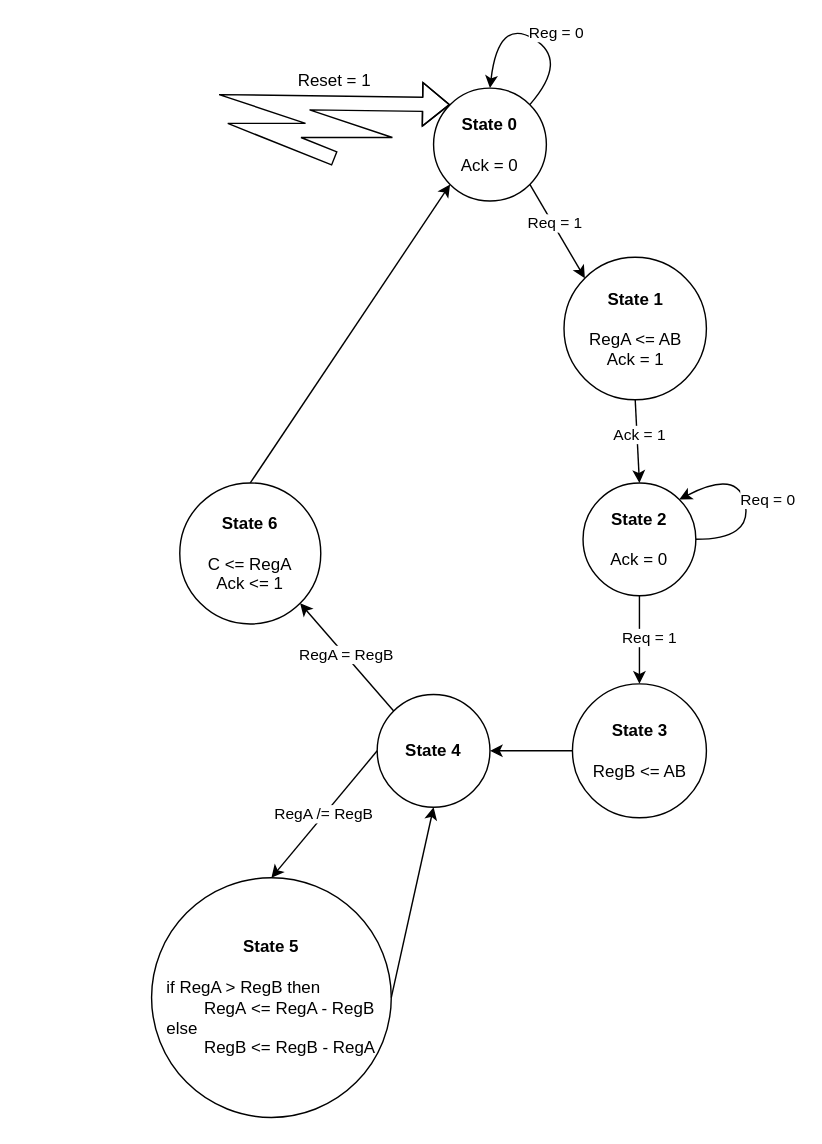
Above: FSM diagram.drawio in MotherFrogher/02203_Design_Of_Digital_Systems (draw.io), before the change. Source tidied: cells renumbered, new cells numbered last; positions are measured from the earlier drawing's top-left corner, leaving out a move shared by most shapes. Both pictures are drawn from the tidied source at 141%, with x=0, y=0 at pixel (151, 17).
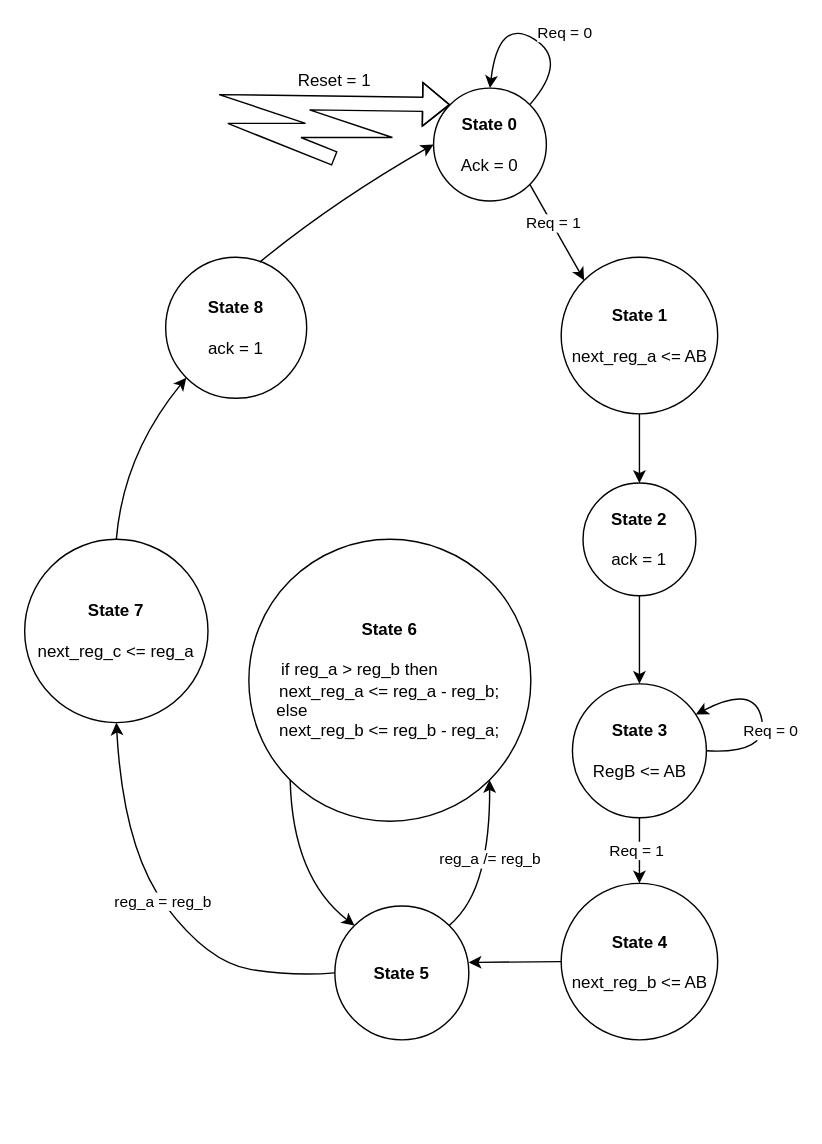
After the change.

Commit message (it also covers changes not shown here):
State Diagram Update

The change refers to these unchanged cells:
```xml
<mxCell id="2" value="&lt;b&gt;State 0&lt;/b&gt;&lt;div&gt;&lt;b&gt;&lt;br&gt;&lt;/b&gt;&lt;/div&gt;&lt;div&gt;Ack = 0&lt;/div&gt;" style="ellipse;whiteSpace=wrap;html=1;" parent="1" vertex="1">
  <mxGeometry x="200" y="50" width="80" height="80" as="geometry" />
</mxCell>
<mxCell id="3" style="curved=1;endArrow=classic;html=1;rounded=0;exitX=1;exitY=0;exitDx=0;exitDy=0;entryX=0.5;entryY=0;entryDx=0;entryDy=0;" parent="1" edge="1" source="2" target="2">
  <mxGeometry relative="1" as="geometry">
    <Array as="points">
      <mxPoint x="296" y="30" />
      <mxPoint x="246" />
    </Array>
  </mxGeometry>
</mxCell>
<mxCell id="9" style="endArrow=classic;html=1;rounded=0;exitX=0.5;exitY=1;exitDx=0;exitDy=0;entryX=0.5;entryY=0;entryDx=0;entryDy=0;" parent="1" edge="1" source="5" target="8">
  <mxGeometry relative="1" as="geometry" />
</mxCell>
<mxCell id="13" value="&lt;b&gt;State 3&lt;/b&gt;&lt;div&gt;&lt;br&gt;&lt;/div&gt;&lt;div&gt;RegB &amp;lt;= AB&lt;/div&gt;" style="ellipse;whiteSpace=wrap;html=1;" parent="1" vertex="1">
  <mxGeometry x="298.5" y="472.5" width="95" height="95" as="geometry" />
</mxCell>
<mxCell id="14" style="endArrow=classic;html=1;rounded=0;exitX=0.5;exitY=1;exitDx=0;exitDy=0;entryX=0.5;entryY=0;entryDx=0;entryDy=0;" parent="1" edge="1" source="8" target="13">
  <mxGeometry relative="1" as="geometry" />
</mxCell>
```

Diff of the diagram source:
```diff
@@
-    <mxCell id="4" value="Reg = 0" style="edgeLabel;html=1;align=center;verticalAlign=middle;" parent="3" vertex="1">
+    <mxCell id="4" value="Req = 0" style="edgeLabel;html=1;align=center;verticalAlign=middle;" parent="3" vertex="1">
       <mxGeometry x="-0.1" y="3" relative="1" as="geometry">
-        <mxPoint x="14" y="-9" as="offset" />
+        <mxPoint x="20" y="-9" as="offset" />
       </mxGeometry>
     </mxCell>
-    <mxCell id="5" value="&lt;b&gt;State 1&lt;/b&gt;&lt;div&gt;&lt;br&gt;&lt;/div&gt;&lt;div&gt;RegA &amp;lt;= AB&lt;/div&gt;&lt;div&gt;Ack = 1&lt;/div&gt;" style="ellipse;whiteSpace=wrap;html=1;" parent="1" vertex="1">
-      <mxGeometry x="292.5" y="170" width="101" height="101" as="geometry" />
+    <mxCell id="5" value="&lt;b&gt;State 1&lt;/b&gt;&lt;div&gt;&lt;br&gt;&lt;/div&gt;&lt;div&gt;next_reg_a &amp;lt;= AB&lt;/div&gt;" style="ellipse;whiteSpace=wrap;html=1;" parent="1" vertex="1">
+      <mxGeometry x="290.5" y="170" width="111" height="111" as="geometry" />
     </mxCell>
@@
-    <mxCell id="8" value="&lt;b&gt;State 2&lt;/b&gt;&lt;div&gt;&lt;br&gt;&lt;div&gt;Ack = 0&lt;/div&gt;&lt;/div&gt;" style="ellipse;whiteSpace=wrap;html=1;" parent="1" vertex="1">
+    <mxCell id="8" value="&lt;b&gt;State 2&lt;/b&gt;&lt;div&gt;&lt;br&gt;&lt;div&gt;ack = 1&lt;/div&gt;&lt;/div&gt;" style="ellipse;whiteSpace=wrap;html=1;" parent="1" vertex="1">
       <mxGeometry x="306" y="330" width="80" height="80" as="geometry" />
     </mxCell>
@@
-    <mxCell id="10" value="Ack = 1" style="edgeLabel;html=1;align=center;verticalAlign=middle;" parent="9" vertex="1">
-      <mxGeometry x="-0.15" y="1" relative="1" as="geometry" />
-    </mxCell>
-    <mxCell id="11" style="curved=1;endArrow=classic;html=1;rounded=0;entryX=1;entryY=0;entryDx=0;entryDy=0;exitX=1;exitY=0.5;exitDx=0;exitDy=0;" parent="1" edge="1" source="8" target="8">
+    <mxCell id="11" style="curved=1;endArrow=classic;html=1;rounded=0;entryX=1;entryY=0;entryDx=0;entryDy=0;exitX=1;exitY=0.5;exitDx=0;exitDy=0;" parent="1" edge="1" source="13">
       <mxGeometry relative="1" as="geometry">
+        <mxPoint x="386" y="494.2" as="targetPoint" />
         <Array as="points">
-          <mxPoint x="426" y="370" />
-          <mxPoint x="416" y="320" />
+          <mxPoint x="437.7" y="522.5" />
+          <mxPoint x="427.7" y="472.5" />
         </Array>
       </mxGeometry>
     </mxCell>
     <mxCell id="12" value="Req = 0" style="edgeLabel;html=1;align=center;verticalAlign=middle;" parent="11" vertex="1">
       <mxGeometry y="-1" relative="1" as="geometry">
-        <mxPoint x="15" as="offset" />
+        <mxPoint x="5" y="9" as="offset" />
       </mxGeometry>
     </mxCell>
@@
-    <mxCell id="15" value="Req = 1" style="edgeLabel;html=1;align=center;verticalAlign=middle;" parent="14" vertex="1">
-      <mxGeometry x="-0.07" y="6" relative="1" as="geometry" />
-    </mxCell>
-    <mxCell id="16" value="&lt;b&gt;State 4&lt;/b&gt;" style="ellipse;whiteSpace=wrap;html=1;" parent="1" vertex="1">
-      <mxGeometry x="160" y="480" width="80" height="80" as="geometry" />
+    <mxCell id="16" value="&lt;b&gt;State 4&lt;/b&gt;&lt;div&gt;&lt;b&gt;&lt;br&gt;&lt;/b&gt;&lt;div&gt;next_reg_b &amp;lt;= AB&lt;/div&gt;&lt;/div&gt;" style="ellipse;whiteSpace=wrap;html=1;" parent="1" vertex="1">
+      <mxGeometry x="290.5" y="614" width="111" height="111" as="geometry" />
     </mxCell>
-    <mxCell id="17" style="endArrow=classic;html=1;rounded=0;exitX=0;exitY=0.5;exitDx=0;exitDy=0;entryX=1;entryY=0.5;entryDx=0;entryDy=0;" parent="1" edge="1" source="13" target="16">
+    <mxCell id="17" style="endArrow=classic;html=1;rounded=0;exitX=0.5;exitY=1;exitDx=0;exitDy=0;entryX=0.5;entryY=0;entryDx=0;entryDy=0;" parent="1" edge="1" source="13" target="16">
       <mxGeometry relative="1" as="geometry" />
     </mxCell>
-    <mxCell id="18" value="&lt;b&gt;State 5&lt;/b&gt;&lt;div&gt;&lt;br&gt;&lt;/div&gt;&lt;div style=&quot;text-align: left;&quot;&gt;if RegA &amp;gt; RegB then&lt;/div&gt;&lt;div style=&quot;text-align: left;&quot;&gt;&lt;span style=&quot;white-space: pre;&quot;&gt;&#9;&lt;/span&gt;RegA&amp;nbsp;&amp;lt;= RegA - RegB&lt;/div&gt;&lt;div style=&quot;text-align: left;&quot;&gt;&lt;span style=&quot;background-color: transparent; color: light-dark(rgb(0, 0, 0), rgb(255, 255, 255));&quot;&gt;else&lt;/span&gt;&lt;/div&gt;&lt;div style=&quot;text-align: left;&quot;&gt;&lt;span style=&quot;background-color: transparent; color: light-dark(rgb(0, 0, 0), rgb(255, 255, 255));&quot;&gt;&lt;span style=&quot;white-space: pre;&quot;&gt;&#9;&lt;/span&gt;RegB&amp;nbsp;&amp;lt;= RegB - RegA&lt;/span&gt;&lt;/div&gt;" style="ellipse;whiteSpace=wrap;html=1;" parent="1" vertex="1">
-      <mxGeometry y="610" width="170" height="170" as="geometry" />
+    <mxCell id="18" value="&lt;b&gt;State 5&lt;/b&gt;" style="ellipse;whiteSpace=wrap;html=1;" parent="1" vertex="1">
+      <mxGeometry x="130" y="630" width="95" height="95" as="geometry" />
     </mxCell>
-    <mxCell id="19" style="endArrow=classic;html=1;rounded=0;exitX=0;exitY=0.5;exitDx=0;exitDy=0;entryX=0.5;entryY=0;entryDx=0;entryDy=0;" parent="1" edge="1" source="16" target="18">
-      <mxGeometry relative="1" as="geometry" />
-    </mxCell>
-    <mxCell id="20" value="RegA /= RegB" style="edgeLabel;html=1;align=center;verticalAlign=middle;" parent="19" vertex="1">
-      <mxGeometry x="0.01" y="-1" relative="1" as="geometry" />
-    </mxCell>
-    <mxCell id="21" style="endArrow=classic;html=1;rounded=0;entryX=0.5;entryY=1;entryDx=0;entryDy=0;exitX=1;exitY=0.5;exitDx=0;exitDy=0;" parent="1" edge="1" source="18" target="16">
-      <mxGeometry relative="1" as="geometry" />
-    </mxCell>
-    <mxCell id="22" value="&lt;b&gt;State 6&lt;/b&gt;&lt;div&gt;&lt;br&gt;&lt;/div&gt;&lt;div&gt;C &amp;lt;= RegA&lt;/div&gt;&lt;div&gt;Ack &amp;lt;= 1&lt;/div&gt;" style="ellipse;whiteSpace=wrap;html=1;" parent="1" vertex="1">
-      <mxGeometry x="20" y="330" width="100" height="100" as="geometry" />
+    <mxCell id="22" value="&lt;b&gt;State 8&lt;/b&gt;&lt;div&gt;&lt;br&gt;&lt;/div&gt;&lt;div&gt;ack = 1&lt;/div&gt;" style="ellipse;whiteSpace=wrap;html=1;" parent="1" vertex="1">
+      <mxGeometry x="10" y="170" width="100" height="100" as="geometry" />
     </mxCell>
-    <mxCell id="23" style="endArrow=classic;html=1;rounded=0;exitX=0;exitY=0;exitDx=0;exitDy=0;entryX=1;entryY=1;entryDx=0;entryDy=0;" parent="1" edge="1" source="16" target="22">
+    <mxCell id="23" style="endArrow=classic;html=1;rounded=0;entryX=0.999;entryY=0.422;entryDx=0;entryDy=0;entryPerimeter=0;" parent="1" edge="1" source="16" target="18">
       <mxGeometry relative="1" as="geometry" />
     </mxCell>
-    <mxCell id="24" value="RegA = RegB" style="edgeLabel;html=1;align=center;verticalAlign=middle;" parent="23" vertex="1">
-      <mxGeometry x="0.07" y="-1" relative="1" as="geometry">
-        <mxPoint y="1" as="offset" />
-      </mxGeometry>
-    </mxCell>
-    <mxCell id="25" style="endArrow=classic;html=1;rounded=0;exitX=0.5;exitY=0;exitDx=0;exitDy=0;entryX=0;entryY=1;entryDx=0;entryDy=0;" parent="1" edge="1" source="22" target="2">
-      <mxGeometry relative="1" as="geometry" />
-    </mxCell>
@@
+    <mxCell id="28" value="&lt;b&gt;State 7&lt;/b&gt;&lt;div&gt;&lt;b&gt;&lt;br&gt;&lt;/b&gt;&lt;/div&gt;&lt;div&gt;next_reg_c &amp;lt;= reg_a&lt;/div&gt;" style="ellipse;whiteSpace=wrap;html=1;" parent="1" vertex="1">
+      <mxGeometry x="-90" y="370" width="130" height="130" as="geometry" />
+    </mxCell>
+    <mxCell id="29" value="&lt;b&gt;State 6&lt;/b&gt;&lt;div&gt;&lt;b&gt;&lt;br&gt;&lt;/b&gt;&lt;/div&gt;&lt;div&gt;&lt;div style=&quot;&quot;&gt;if reg_a &amp;gt; reg_b&amp;nbsp;&lt;span style=&quot;background-color: transparent; color: light-dark(rgb(0, 0, 0), rgb(255, 255, 255));&quot;&gt;then&lt;span style=&quot;white-space: pre;&quot;&gt;&#9;&lt;/span&gt;&amp;nbsp; &amp;nbsp; &amp;nbsp;&amp;nbsp;&lt;/span&gt;&lt;/div&gt;&lt;div style=&quot;&quot;&gt;&lt;span style=&quot;background-color: transparent; color: light-dark(rgb(0, 0, 0), rgb(255, 255, 255));&quot;&gt;next_reg_a &amp;lt;= reg_a - reg_b;&lt;/span&gt;&lt;/div&gt;&lt;div style=&quot;&quot;&gt;&lt;span style=&quot;background-color: transparent; color: light-dark(rgb(0, 0, 0), rgb(255, 255, 255));&quot;&gt;&amp;nbsp;else&lt;span style=&quot;white-space: pre;&quot;&gt;&#9;&lt;/span&gt;&amp;nbsp;&lt;/span&gt;&lt;span style=&quot;background-color: transparent; color: light-dark(rgb(0, 0, 0), rgb(255, 255, 255)); white-space: pre;&quot;&gt;&#9;&lt;/span&gt;&lt;span style=&quot;background-color: transparent; color: light-dark(rgb(0, 0, 0), rgb(255, 255, 255)); white-space: pre;&quot;&gt;&#9;&lt;/span&gt;&lt;span style=&quot;background-color: transparent; color: light-dark(rgb(0, 0, 0), rgb(255, 255, 255)); white-space: pre;&quot;&gt;&#9;&lt;/span&gt;&lt;span style=&quot;background-color: transparent; color: light-dark(rgb(0, 0, 0), rgb(255, 255, 255)); white-space: pre;&quot;&gt;&#9;&lt;/span&gt;&lt;span style=&quot;background-color: transparent; color: light-dark(rgb(0, 0, 0), rgb(255, 255, 255));&quot;&gt;&amp;nbsp;&amp;nbsp;&lt;/span&gt;&lt;/div&gt;&lt;div style=&quot;&quot;&gt;&lt;span style=&quot;background-color: transparent; color: light-dark(rgb(0, 0, 0), rgb(255, 255, 255));&quot;&gt;next_reg_b &amp;lt;= reg_b - reg_a;&lt;/span&gt;&lt;/div&gt;&lt;/div&gt;" style="ellipse;whiteSpace=wrap;html=1;" parent="1" vertex="1">
+      <mxGeometry x="69" y="370" width="200" height="200" as="geometry" />
+    </mxCell>
+    <mxCell id="30" style="curved=1;endArrow=classic;html=1;rounded=0;entryX=1;entryY=1;entryDx=0;entryDy=0;exitX=1;exitY=0;exitDx=0;exitDy=0;" parent="1" edge="1" source="18" target="29">
+      <mxGeometry relative="1" as="geometry">
+        <Array as="points">
+          <mxPoint x="227.2" y="630" />
+          <mxPoint x="240" y="580" />
+        </Array>
+      </mxGeometry>
+    </mxCell>
+    <mxCell id="31" value="reg_a /= reg_b" style="edgeLabel;html=1;align=center;verticalAlign=middle;" parent="30" vertex="1">
+      <mxGeometry y="-1" relative="1" as="geometry">
+        <mxPoint x="3" as="offset" />
+      </mxGeometry>
+    </mxCell>
+    <mxCell id="32" style="curved=1;endArrow=classic;html=1;rounded=0;exitX=0;exitY=1;exitDx=0;exitDy=0;entryX=0;entryY=0;entryDx=0;entryDy=0;" parent="1" edge="1" source="29" target="18">
+      <mxGeometry relative="1" as="geometry">
+        <Array as="points">
+          <mxPoint x="100" y="610" />
+        </Array>
+      </mxGeometry>
+    </mxCell>
+    <mxCell id="33" style="curved=1;endArrow=classic;html=1;rounded=0;entryX=0.5;entryY=1;entryDx=0;entryDy=0;exitX=0;exitY=0.5;exitDx=0;exitDy=0;" parent="1" edge="1" source="18" target="28">
+      <mxGeometry relative="1" as="geometry">
+        <Array as="points">
+          <mxPoint x="100" y="680" />
+          <mxPoint x="40" y="670" />
+          <mxPoint x="-20" y="590" />
+        </Array>
+      </mxGeometry>
+    </mxCell>
+    <mxCell id="34" value="reg_a = reg_b" style="edgeLabel;html=1;align=center;verticalAlign=middle;" parent="33" vertex="1">
+      <mxGeometry y="-1" relative="1" as="geometry">
+        <mxPoint x="-3" y="-3" as="offset" />
+      </mxGeometry>
+    </mxCell>
+    <mxCell id="15" value="Req = 1" style="edgeLabel;html=1;align=center;verticalAlign=middle;" parent="1" vertex="1">
+      <mxGeometry x="343" y="590" as="geometry" />
+    </mxCell>
+    <mxCell id="35" style="curved=1;endArrow=classic;html=1;rounded=0;entryX=0;entryY=1;entryDx=0;entryDy=0;exitX=0.5;exitY=0;exitDx=0;exitDy=0;" parent="1" edge="1" source="28" target="22">
+      <mxGeometry relative="1" as="geometry">
+        <Array as="points">
+          <mxPoint x="-20" y="310" />
+        </Array>
+      </mxGeometry>
+    </mxCell>
+    <mxCell id="25" style="curved=1;endArrow=classic;html=1;rounded=0;entryX=0;entryY=0.5;entryDx=0;entryDy=0;exitX=0.667;exitY=0.034;exitDx=0;exitDy=0;exitPerimeter=0;" parent="1" edge="1" source="22" target="2">
+      <mxGeometry relative="1" as="geometry">
+        <Array as="points">
+          <mxPoint x="130" y="130" />
+        </Array>
+      </mxGeometry>
+    </mxCell>
```
